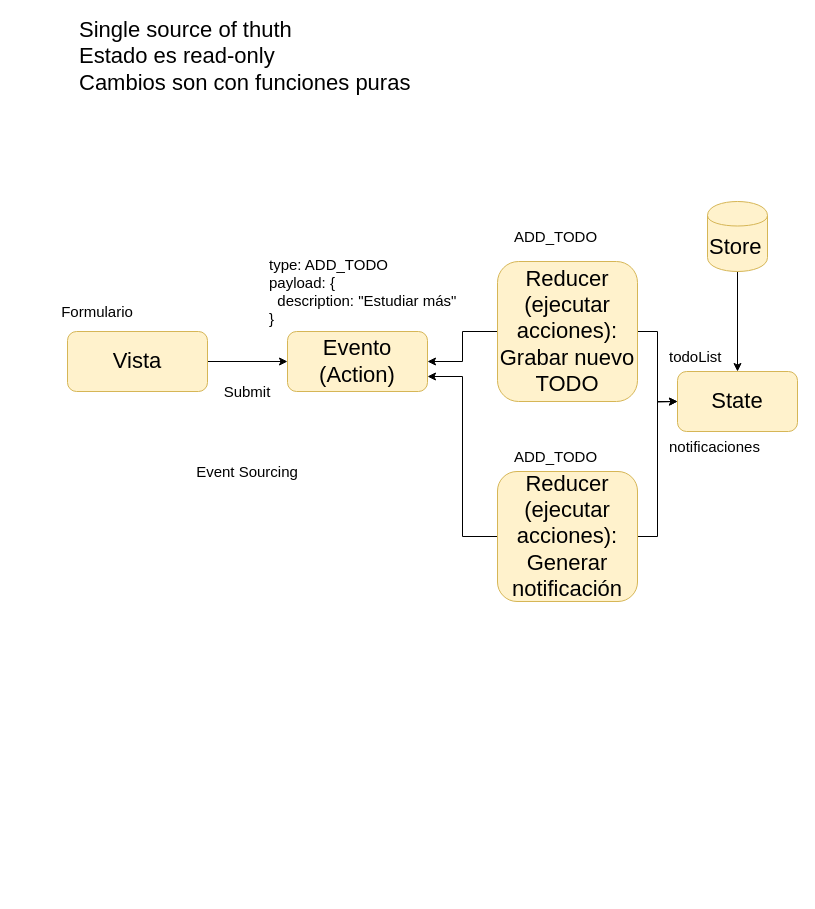
Earlier version of the draw.io diagram 30-todo-list-redux/redux.drawio (afoone/once_react). Source tidied: cells renumbered, new cells numbered last; positions are measured from the earlier drawing's top-left corner, leaving out a move shared by most shapes. Both pictures are drawn from the tidied source at 100%, with x=0, y=0 at pixel (67, 21).
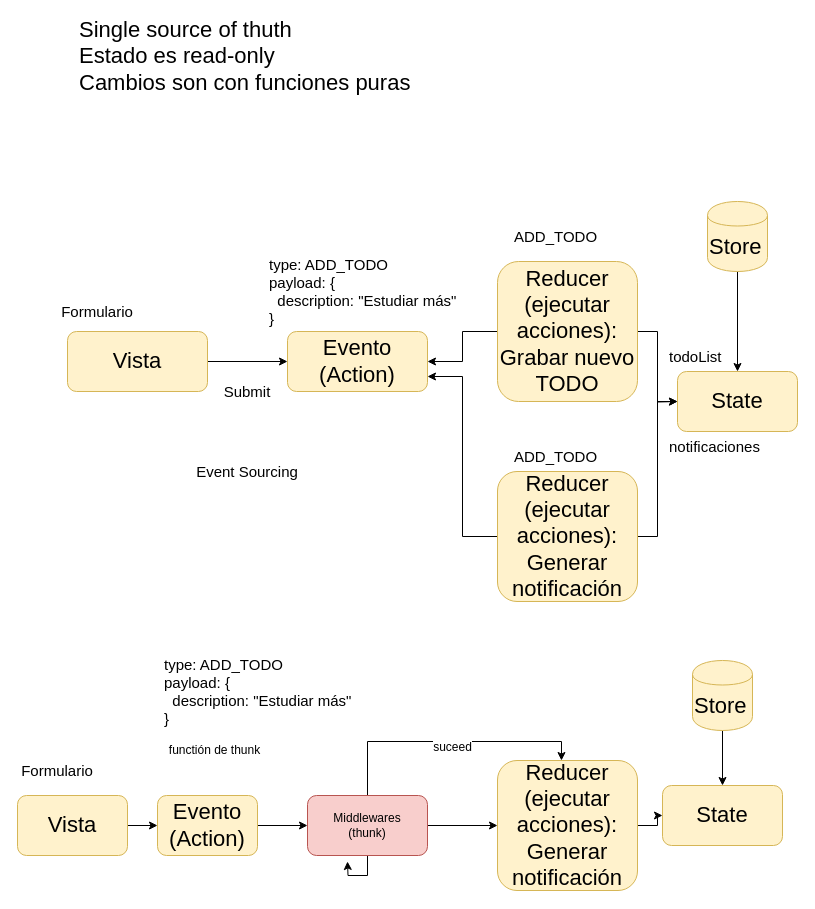
The same diagram, later.

What changed in the source:
```diff
@@
+    <mxCell id="23" style="edgeStyle=orthogonalEdgeStyle;rounded=0;jettySize=auto;html=1;fontSize=22;entryX=0.5;entryY=0;entryDx=0;entryDy=0;" parent="1" edge="1" source="24" target="25">
+      <mxGeometry relative="1" as="geometry" />
+    </mxCell>
+    <mxCell id="24" value="Store" style="shape=cylinder;whiteSpace=wrap;html=1;boundedLbl=1;backgroundOutline=1;fontSize=22;align=left;fillColor=#fff2cc;strokeColor=#d6b656;" parent="1" vertex="1">
+      <mxGeometry x="625" y="639" width="60" height="70" as="geometry" />
+    </mxCell>
+    <mxCell id="25" value="State" style="rounded=1;whiteSpace=wrap;html=1;fontSize=22;align=center;fillColor=#fff2cc;strokeColor=#d6b656;" parent="1" vertex="1">
+      <mxGeometry x="595" y="764" width="120" height="60" as="geometry" />
+    </mxCell>
+    <mxCell id="26" style="edgeStyle=orthogonalEdgeStyle;rounded=0;jettySize=auto;html=1;fontSize=22;" parent="1" edge="1" source="27" target="29">
+      <mxGeometry relative="1" as="geometry" />
+    </mxCell>
+    <mxCell id="27" value="Vista" style="rounded=1;whiteSpace=wrap;html=1;fontSize=22;align=center;fillColor=#fff2cc;strokeColor=#d6b656;" parent="1" vertex="1">
+      <mxGeometry x="-50" y="774" width="110" height="60" as="geometry" />
+    </mxCell>
+    <mxCell id="28" style="edgeStyle=orthogonalEdgeStyle;rounded=0;jettySize=auto;html=1;entryX=0;entryY=0.5;entryDx=0;entryDy=0;" parent="1" edge="1" source="29" target="38">
+      <mxGeometry relative="1" as="geometry" />
+    </mxCell>
+    <mxCell id="29" value="Evento&lt;br&gt;(Action)" style="rounded=1;whiteSpace=wrap;html=1;fontSize=22;align=center;fillColor=#fff2cc;strokeColor=#d6b656;" parent="1" vertex="1">
+      <mxGeometry x="90" y="774" width="100" height="60" as="geometry" />
+    </mxCell>
+    <mxCell id="30" value="type: ADD_TODO&lt;br&gt;payload: {&lt;br&gt;&amp;nbsp; description: &quot;Estudiar más&quot;&lt;br&gt;}" style="text;html=1;strokeColor=none;fillColor=none;align=left;verticalAlign=middle;whiteSpace=wrap;rounded=0;fontSize=15;" parent="1" vertex="1">
+      <mxGeometry x="95" y="660" width="200" height="20" as="geometry" />
+    </mxCell>
+    <mxCell id="31" value="Formulario" style="text;html=1;strokeColor=none;fillColor=none;align=center;verticalAlign=middle;whiteSpace=wrap;rounded=0;fontSize=15;" parent="1" vertex="1">
+      <mxGeometry x="-30" y="739" width="40" height="20" as="geometry" />
+    </mxCell>
+    <mxCell id="32" style="edgeStyle=orthogonalEdgeStyle;rounded=0;jettySize=auto;html=1;entryX=0;entryY=0.5;entryDx=0;entryDy=0;fontSize=15;" parent="1" edge="1" source="33" target="25">
+      <mxGeometry relative="1" as="geometry" />
+    </mxCell>
+    <mxCell id="33" value="Reducer&lt;br&gt;(ejecutar acciones): Generar notificación" style="rounded=1;whiteSpace=wrap;html=1;fontSize=22;align=center;fillColor=#fff2cc;strokeColor=#d6b656;" parent="1" vertex="1">
+      <mxGeometry x="430" y="739" width="140" height="130" as="geometry" />
+    </mxCell>
+    <mxCell id="34" style="edgeStyle=orthogonalEdgeStyle;rounded=0;jettySize=auto;html=1;entryX=0;entryY=0.5;entryDx=0;entryDy=0;" parent="1" edge="1" source="38" target="33">
+      <mxGeometry relative="1" as="geometry" />
+    </mxCell>
+    <mxCell id="35" style="edgeStyle=orthogonalEdgeStyle;rounded=0;jettySize=auto;html=1;" parent="1" edge="1" source="38">
+      <mxGeometry relative="1" as="geometry">
+        <mxPoint x="280" y="840" as="targetPoint" />
+      </mxGeometry>
+    </mxCell>
+    <mxCell id="36" style="edgeStyle=orthogonalEdgeStyle;rounded=0;jettySize=auto;html=1;entryX=0.457;entryY=0;entryDx=0;entryDy=0;entryPerimeter=0;" parent="1" edge="1" source="38" target="33">
+      <mxGeometry relative="1" as="geometry">
+        <Array as="points">
+          <mxPoint x="300" y="720" />
+          <mxPoint x="494" y="720" />
+        </Array>
+      </mxGeometry>
+    </mxCell>
+    <mxCell id="37" value="suceed" style="text;html=1;align=center;verticalAlign=middle;labelBackgroundColor=#ffffff;" parent="36" vertex="1">
+      <mxGeometry x="0.03" y="-5" relative="1" as="geometry" />
+    </mxCell>
+    <mxCell id="38" value="Middlewares&lt;br&gt;(thunk)" style="rounded=1;whiteSpace=wrap;html=1;fillColor=#f8cecc;strokeColor=#b85450;" parent="1" vertex="1">
+      <mxGeometry x="240" y="774" width="120" height="60" as="geometry" />
+    </mxCell>
+    <mxCell id="39" value="functión de thunk" style="text;html=1;strokeColor=none;fillColor=none;align=center;verticalAlign=middle;whiteSpace=wrap;rounded=0;" parent="1" vertex="1">
+      <mxGeometry x="75" y="719" width="145" height="20" as="geometry" />
+    </mxCell>
```
